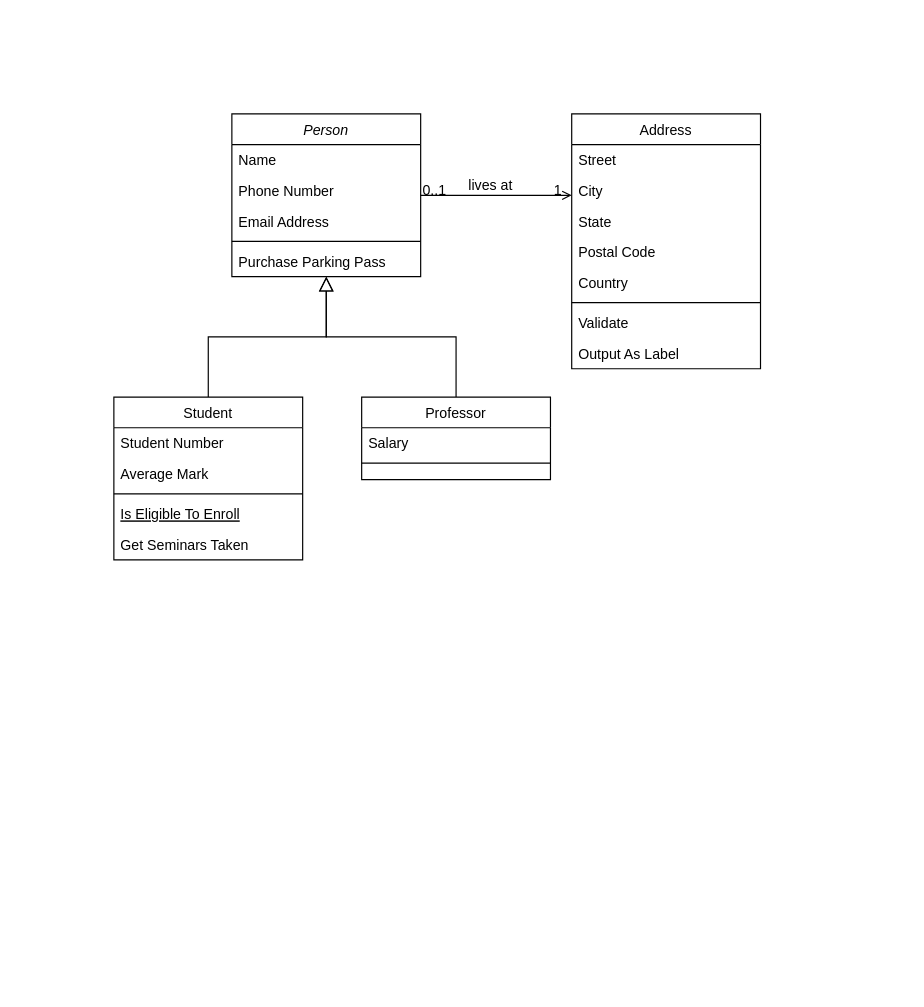
Earlier version of the draw.io diagram src/main/java/art/tattoo/wowtattoo/dao/Untitled Diagram.drawio (kiber-kot/wow-tattoo). Source tidied: cells renumbered, new cells numbered last; positions are measured from the earlier drawing's top-left corner, leaving out a move shared by most shapes. Both pictures are drawn from the tidied source at 118%, with x=0, y=0 at pixel (113, 113).
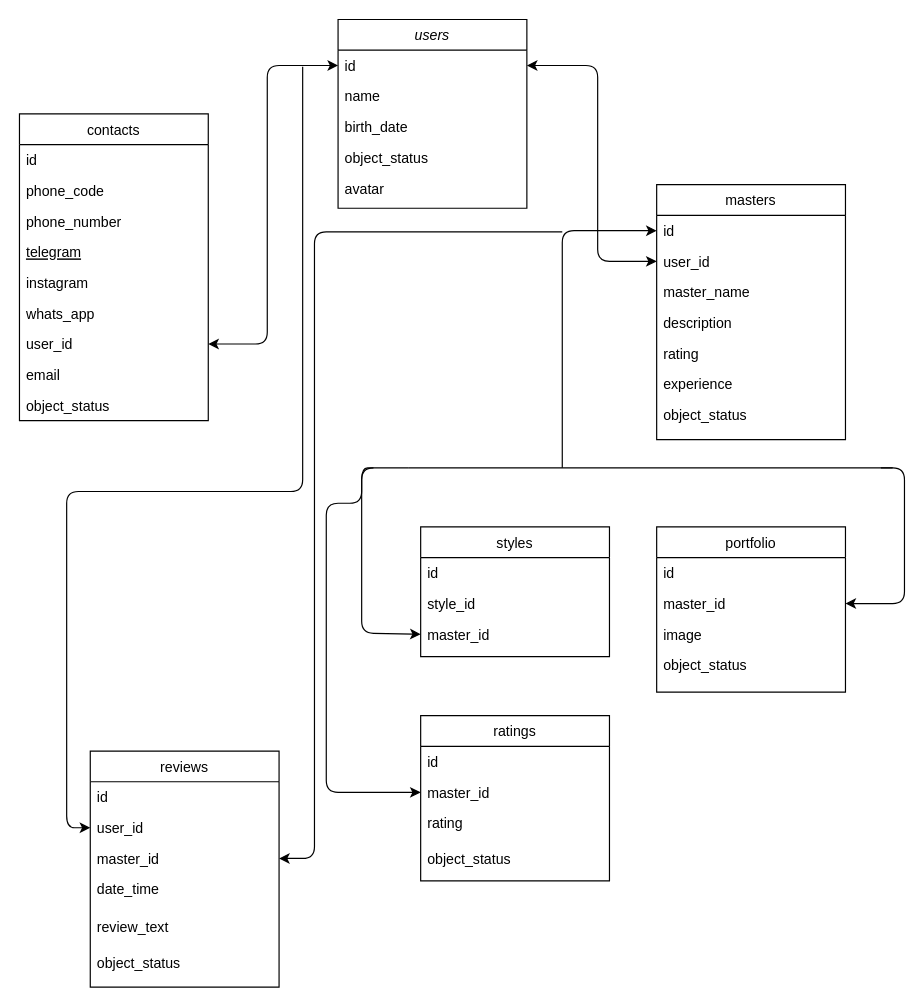
After the change.

Diff of the diagram source:
```diff
@@
-    <mxCell id="2" value="Person" style="swimlane;fontStyle=2;align=center;verticalAlign=top;horizontal=1;startSize=26;rounded=0;shadow=0;strokeWidth=1;" parent="1" vertex="1">
-      <mxGeometry x="100" width="160" height="138" as="geometry" />
+    <mxCell id="2" value="users" style="swimlane;fontStyle=2;align=center;verticalAlign=top;horizontal=1;startSize=26;rounded=0;shadow=0;strokeWidth=1;" parent="1" vertex="1">
+      <mxGeometry x="190" y="-80" width="160" height="160" as="geometry" />
     </mxCell>
-    <mxCell id="3" value="Name" style="text;align=left;verticalAlign=top;spacingLeft=4;spacingRight=4;overflow=hidden;points=[[0,0.5],[1,0.5]];portConstraint=eastwest;" parent="2" vertex="1">
+    <mxCell id="3" value="id" style="text;align=left;verticalAlign=top;spacingLeft=4;spacingRight=4;overflow=hidden;points=[[0,0.5],[1,0.5]];portConstraint=eastwest;" parent="2" vertex="1">
       <mxGeometry y="26" width="160" height="26" as="geometry" />
     </mxCell>
-    <mxCell id="4" value="Phone Number" style="text;align=left;verticalAlign=top;spacingLeft=4;spacingRight=4;overflow=hidden;rounded=0;shadow=0;html=0;" parent="2" vertex="1">
+    <mxCell id="4" value="name" style="text;align=left;verticalAlign=top;spacingLeft=4;spacingRight=4;overflow=hidden;rounded=0;shadow=0;html=0;" parent="2" vertex="1">
       <mxGeometry y="52" width="160" height="26" as="geometry" />
     </mxCell>
-    <mxCell id="5" value="Email Address" style="text;align=left;verticalAlign=top;spacingLeft=4;spacingRight=4;overflow=hidden;rounded=0;shadow=0;html=0;" parent="2" vertex="1">
+    <mxCell id="5" value="birth_date" style="text;align=left;verticalAlign=top;spacingLeft=4;spacingRight=4;overflow=hidden;rounded=0;shadow=0;html=0;" parent="2" vertex="1">
       <mxGeometry y="78" width="160" height="26" as="geometry" />
     </mxCell>
-    <mxCell id="6" style="line;html=1;strokeWidth=1;align=left;verticalAlign=middle;spacingTop=-1;spacingLeft=3;spacingRight=3;labelPosition=right;" parent="2" vertex="1">
-      <mxGeometry y="104" width="160" height="8" as="geometry" />
-    </mxCell>
-    <mxCell id="7" value="Purchase Parking Pass" style="text;align=left;verticalAlign=top;spacingLeft=4;spacingRight=4;overflow=hidden;" parent="2" vertex="1">
-      <mxGeometry y="112" width="160" height="26" as="geometry" />
+    <mxCell id="7" value="object_status" style="text;align=left;verticalAlign=top;spacingLeft=4;spacingRight=4;overflow=hidden;" parent="2" vertex="1">
+      <mxGeometry y="104" width="160" height="26" as="geometry" />
     </mxCell>
+    <mxCell id="32" value="avatar" style="text;align=left;verticalAlign=top;spacingLeft=4;spacingRight=4;overflow=hidden;" parent="2" vertex="1">
+      <mxGeometry y="130" width="160" height="26" as="geometry" />
+    </mxCell>
-    <mxCell id="8" value="Student" style="swimlane;fontStyle=0;align=center;verticalAlign=top;horizontal=1;startSize=26;rounded=0;shadow=0;strokeWidth=1;" parent="1" vertex="1">
-      <mxGeometry y="240" width="160" height="138" as="geometry" />
+    <mxCell id="8" value="contacts" style="swimlane;fontStyle=0;align=center;verticalAlign=top;horizontal=1;startSize=26;rounded=0;shadow=0;strokeWidth=1;" parent="1" vertex="1">
+      <mxGeometry x="-80" width="160" height="260" as="geometry" />
     </mxCell>
-    <mxCell id="9" value="Student Number" style="text;align=left;verticalAlign=top;spacingLeft=4;spacingRight=4;overflow=hidden;" parent="8" vertex="1">
+    <mxCell id="9" value="id" style="text;align=left;verticalAlign=top;spacingLeft=4;spacingRight=4;overflow=hidden;" parent="8" vertex="1">
       <mxGeometry y="26" width="160" height="26" as="geometry" />
     </mxCell>
-    <mxCell id="10" value="Average Mark" style="text;align=left;verticalAlign=top;spacingLeft=4;spacingRight=4;overflow=hidden;rounded=0;shadow=0;html=0;" parent="8" vertex="1">
+    <mxCell id="10" value="phone_code" style="text;align=left;verticalAlign=top;spacingLeft=4;spacingRight=4;overflow=hidden;rounded=0;shadow=0;html=0;" parent="8" vertex="1">
       <mxGeometry y="52" width="160" height="26" as="geometry" />
     </mxCell>
-    <mxCell id="11" style="line;html=1;strokeWidth=1;align=left;verticalAlign=middle;spacingTop=-1;spacingLeft=3;spacingRight=3;labelPosition=right;" parent="8" vertex="1">
-      <mxGeometry y="78" width="160" height="8" as="geometry" />
-    </mxCell>
+    <mxCell id="33" value="phone_number" style="text;align=left;verticalAlign=top;spacingLeft=4;spacingRight=4;overflow=hidden;rounded=0;shadow=0;html=0;" parent="8" vertex="1">
+      <mxGeometry y="78" width="160" height="26" as="geometry" />
+    </mxCell>
-    <mxCell id="12" value="Is Eligible To Enroll" style="text;align=left;verticalAlign=top;spacingLeft=4;spacingRight=4;overflow=hidden;fontStyle=4;" parent="8" vertex="1">
-      <mxGeometry y="86" width="160" height="26" as="geometry" />
+    <mxCell id="12" value="telegram" style="text;align=left;verticalAlign=top;spacingLeft=4;spacingRight=4;overflow=hidden;fontStyle=4;" parent="8" vertex="1">
+      <mxGeometry y="104" width="160" height="26" as="geometry" />
     </mxCell>
-    <mxCell id="13" value="Get Seminars Taken" style="text;align=left;verticalAlign=top;spacingLeft=4;spacingRight=4;overflow=hidden;" parent="8" vertex="1">
-      <mxGeometry y="112" width="160" height="26" as="geometry" />
+    <mxCell id="13" value="instagram" style="text;align=left;verticalAlign=top;spacingLeft=4;spacingRight=4;overflow=hidden;" parent="8" vertex="1">
+      <mxGeometry y="130" width="160" height="26" as="geometry" />
     </mxCell>
-    <mxCell id="14" style="endArrow=block;endSize=10;endFill=0;shadow=0;strokeWidth=1;rounded=0;edgeStyle=elbowEdgeStyle;elbow=vertical;" parent="1" edge="1" source="8" target="2">
-      <mxGeometry relative="1" as="geometry" />
-    </mxCell>
+    <mxCell id="34" value="whats_app" style="text;align=left;verticalAlign=top;spacingLeft=4;spacingRight=4;overflow=hidden;" parent="8" vertex="1">
+      <mxGeometry y="156" width="160" height="26" as="geometry" />
+    </mxCell>
+    <mxCell id="35" value="user_id" style="text;align=left;verticalAlign=top;spacingLeft=4;spacingRight=4;overflow=hidden;points=[[0,0.5],[1,0.5]];portConstraint=eastwest;" parent="8" vertex="1">
+      <mxGeometry y="182" width="160" height="26" as="geometry" />
+    </mxCell>
+    <mxCell id="36" value="email" style="text;align=left;verticalAlign=top;spacingLeft=4;spacingRight=4;overflow=hidden;" parent="8" vertex="1">
+      <mxGeometry y="208" width="160" height="26" as="geometry" />
+    </mxCell>
+    <mxCell id="37" value="object_status" style="text;align=left;verticalAlign=top;spacingLeft=4;spacingRight=4;overflow=hidden;" parent="8" vertex="1">
+      <mxGeometry y="234" width="160" height="26" as="geometry" />
+    </mxCell>
-    <mxCell id="15" value="Professor" style="swimlane;fontStyle=0;align=center;verticalAlign=top;horizontal=1;startSize=26;rounded=0;shadow=0;strokeWidth=1;" parent="1" vertex="1">
-      <mxGeometry x="210" y="240" width="160" height="70" as="geometry" />
+    <mxCell id="15" value="styles" style="swimlane;fontStyle=0;align=center;verticalAlign=top;horizontal=1;startSize=26;rounded=0;shadow=0;strokeWidth=1;" parent="1" vertex="1">
+      <mxGeometry x="260" y="350" width="160" height="110" as="geometry" />
     </mxCell>
-    <mxCell id="16" value="Salary" style="text;align=left;verticalAlign=top;spacingLeft=4;spacingRight=4;overflow=hidden;" parent="15" vertex="1">
+    <mxCell id="16" value="id&#10;" style="text;align=left;verticalAlign=top;spacingLeft=4;spacingRight=4;overflow=hidden;" parent="15" vertex="1">
       <mxGeometry y="26" width="160" height="26" as="geometry" />
     </mxCell>
-    <mxCell id="17" style="line;html=1;strokeWidth=1;align=left;verticalAlign=middle;spacingTop=-1;spacingLeft=3;spacingRight=3;labelPosition=right;" parent="15" vertex="1">
-      <mxGeometry y="52" width="160" height="8" as="geometry" />
-    </mxCell>
-    <mxCell id="18" style="endArrow=block;endSize=10;endFill=0;shadow=0;strokeWidth=1;rounded=0;edgeStyle=elbowEdgeStyle;elbow=vertical;" parent="1" edge="1" source="15" target="2">
-      <mxGeometry relative="1" as="geometry" />
-    </mxCell>
+    <mxCell id="38" value="style_id" style="text;align=left;verticalAlign=top;spacingLeft=4;spacingRight=4;overflow=hidden;" parent="15" vertex="1">
+      <mxGeometry y="52" width="160" height="26" as="geometry" />
+    </mxCell>
+    <mxCell id="39" value="master_id" style="text;align=left;verticalAlign=top;spacingLeft=4;spacingRight=4;overflow=hidden;points=[[0,0.5],[1,0.5]];portConstraint=eastwest;" parent="15" vertex="1">
+      <mxGeometry y="78" width="160" height="26" as="geometry" />
+    </mxCell>
-    <mxCell id="19" value="Address" style="swimlane;fontStyle=0;align=center;verticalAlign=top;horizontal=1;startSize=26;rounded=0;shadow=0;strokeWidth=1;" parent="1" vertex="1">
-      <mxGeometry x="388" width="160" height="216" as="geometry" />
+    <mxCell id="19" value="masters" style="swimlane;fontStyle=0;align=center;verticalAlign=top;horizontal=1;startSize=26;rounded=0;shadow=0;strokeWidth=1;" parent="1" vertex="1">
+      <mxGeometry x="460" y="60" width="160" height="216" as="geometry" />
     </mxCell>
-    <mxCell id="20" value="Street" style="text;align=left;verticalAlign=top;spacingLeft=4;spacingRight=4;overflow=hidden;points=[[0,0.5],[1,0.5]];portConstraint=eastwest;" parent="19" vertex="1">
+    <mxCell id="20" value="id" style="text;align=left;verticalAlign=top;spacingLeft=4;spacingRight=4;overflow=hidden;points=[[0,0.5],[1,0.5]];portConstraint=eastwest;" parent="19" vertex="1">
       <mxGeometry y="26" width="160" height="26" as="geometry" />
     </mxCell>
-    <mxCell id="21" value="City" style="text;align=left;verticalAlign=top;spacingLeft=4;spacingRight=4;overflow=hidden;points=[[0,0.5],[1,0.5]];portConstraint=eastwest;rounded=0;shadow=0;html=0;" parent="19" vertex="1">
+    <mxCell id="21" value="user_id" style="text;align=left;verticalAlign=top;spacingLeft=4;spacingRight=4;overflow=hidden;points=[[0,0.5],[1,0.5]];portConstraint=eastwest;rounded=0;shadow=0;html=0;" parent="19" vertex="1">
       <mxGeometry y="52" width="160" height="26" as="geometry" />
     </mxCell>
-    <mxCell id="22" value="State" style="text;align=left;verticalAlign=top;spacingLeft=4;spacingRight=4;overflow=hidden;rounded=0;shadow=0;html=0;" parent="19" vertex="1">
+    <mxCell id="22" value="master_name" style="text;align=left;verticalAlign=top;spacingLeft=4;spacingRight=4;overflow=hidden;rounded=0;shadow=0;html=0;" parent="19" vertex="1">
       <mxGeometry y="78" width="160" height="26" as="geometry" />
     </mxCell>
-    <mxCell id="23" value="Postal Code" style="text;align=left;verticalAlign=top;spacingLeft=4;spacingRight=4;overflow=hidden;rounded=0;shadow=0;html=0;" parent="19" vertex="1">
+    <mxCell id="23" value="description" style="text;align=left;verticalAlign=top;spacingLeft=4;spacingRight=4;overflow=hidden;rounded=0;shadow=0;html=0;" parent="19" vertex="1">
       <mxGeometry y="104" width="160" height="26" as="geometry" />
     </mxCell>
-    <mxCell id="24" value="Country" style="text;align=left;verticalAlign=top;spacingLeft=4;spacingRight=4;overflow=hidden;rounded=0;shadow=0;html=0;" parent="19" vertex="1">
+    <mxCell id="24" value="rating" style="text;align=left;verticalAlign=top;spacingLeft=4;spacingRight=4;overflow=hidden;rounded=0;shadow=0;html=0;" parent="19" vertex="1">
       <mxGeometry y="130" width="160" height="26" as="geometry" />
     </mxCell>
-    <mxCell id="25" style="line;html=1;strokeWidth=1;align=left;verticalAlign=middle;spacingTop=-1;spacingLeft=3;spacingRight=3;labelPosition=right;" parent="19" vertex="1">
-      <mxGeometry y="156" width="160" height="8" as="geometry" />
-    </mxCell>
-    <mxCell id="26" value="Validate" style="text;align=left;verticalAlign=top;spacingLeft=4;spacingRight=4;overflow=hidden;" parent="19" vertex="1">
-      <mxGeometry y="164" width="160" height="26" as="geometry" />
+    <mxCell id="26" value="experience" style="text;align=left;verticalAlign=top;spacingLeft=4;spacingRight=4;overflow=hidden;" parent="19" vertex="1">
+      <mxGeometry y="156" width="160" height="26" as="geometry" />
     </mxCell>
-    <mxCell id="27" value="Output As Label" style="text;align=left;verticalAlign=top;spacingLeft=4;spacingRight=4;overflow=hidden;" parent="19" vertex="1">
-      <mxGeometry y="190" width="160" height="26" as="geometry" />
+    <mxCell id="27" value="object_status" style="text;align=left;verticalAlign=top;spacingLeft=4;spacingRight=4;overflow=hidden;" parent="19" vertex="1">
+      <mxGeometry y="182" width="160" height="26" as="geometry" />
     </mxCell>
-    <mxCell id="28" style="endArrow=open;shadow=0;strokeWidth=1;rounded=0;endFill=1;edgeStyle=elbowEdgeStyle;elbow=vertical;" parent="1" edge="1" source="2" target="19">
-      <mxGeometry x="0.5" y="41" relative="1" as="geometry">
-        <mxPoint x="-40" y="32" as="offset" />
-      </mxGeometry>
-    </mxCell>
-    <mxCell id="29" value="0..1" style="align=left;verticalAlign=bottom;labelBackgroundColor=none;fontSize=12;" parent="28" vertex="1">
-      <mxGeometry x="-1" relative="1" as="geometry">
-        <mxPoint y="4" as="offset" />
-      </mxGeometry>
-    </mxCell>
-    <mxCell id="30" value="1" style="align=right;verticalAlign=bottom;labelBackgroundColor=none;fontSize=12;" parent="28" vertex="1">
-      <mxGeometry x="1" relative="1" as="geometry">
-        <mxPoint x="-7" y="4" as="offset" />
-      </mxGeometry>
-    </mxCell>
-    <mxCell id="31" value="lives at" style="text;html=1;align=center;verticalAlign=middle;labelBackgroundColor=none;rounded=0;shadow=0;strokeWidth=1;fontSize=12;" parent="28" vertex="1">
-      <mxGeometry x="0.5" y="49" relative="1" as="geometry">
-        <mxPoint x="-38" y="40" as="offset" />
-      </mxGeometry>
-    </mxCell>
+    <mxCell id="40" value="portfolio" style="swimlane;fontStyle=0;align=center;verticalAlign=top;horizontal=1;startSize=26;rounded=0;shadow=0;strokeWidth=1;" parent="1" vertex="1">
+      <mxGeometry x="460" y="350" width="160" height="140" as="geometry" />
+    </mxCell>
+    <mxCell id="41" value="id&#10;" style="text;align=left;verticalAlign=top;spacingLeft=4;spacingRight=4;overflow=hidden;" parent="40" vertex="1">
+      <mxGeometry y="26" width="160" height="26" as="geometry" />
+    </mxCell>
+    <mxCell id="42" value="master_id" style="text;align=left;verticalAlign=top;spacingLeft=4;spacingRight=4;overflow=hidden;points=[[0,0.5],[1,0.5]];portConstraint=eastwest;" parent="40" vertex="1">
+      <mxGeometry y="52" width="160" height="26" as="geometry" />
+    </mxCell>
+    <mxCell id="43" value="image" style="text;align=left;verticalAlign=top;spacingLeft=4;spacingRight=4;overflow=hidden;" parent="40" vertex="1">
+      <mxGeometry y="78" width="160" height="26" as="geometry" />
+    </mxCell>
+    <mxCell id="44" value="object_status" style="text;align=left;verticalAlign=top;spacingLeft=4;spacingRight=4;overflow=hidden;" parent="40" vertex="1">
+      <mxGeometry y="104" width="160" height="26" as="geometry" />
+    </mxCell>
+    <mxCell id="45" value="ratings" style="swimlane;fontStyle=0;align=center;verticalAlign=top;horizontal=1;startSize=26;rounded=0;shadow=0;strokeWidth=1;" parent="1" vertex="1">
+      <mxGeometry x="260" y="510" width="160" height="140" as="geometry" />
+    </mxCell>
+    <mxCell id="46" value="id&#10;" style="text;align=left;verticalAlign=top;spacingLeft=4;spacingRight=4;overflow=hidden;" parent="45" vertex="1">
+      <mxGeometry y="26" width="160" height="26" as="geometry" />
+    </mxCell>
+    <mxCell id="47" value="master_id" style="text;align=left;verticalAlign=top;spacingLeft=4;spacingRight=4;overflow=hidden;points=[[0,0.5],[1,0.5]];portConstraint=eastwest;" parent="45" vertex="1">
+      <mxGeometry y="52" width="160" height="26" as="geometry" />
+    </mxCell>
+    <mxCell id="48" value="rating" style="text;align=left;verticalAlign=top;spacingLeft=4;spacingRight=4;overflow=hidden;" parent="45" vertex="1">
+      <mxGeometry y="78" width="160" height="30" as="geometry" />
+    </mxCell>
+    <mxCell id="49" value="object_status" style="text;align=left;verticalAlign=top;spacingLeft=4;spacingRight=4;overflow=hidden;" parent="45" vertex="1">
+      <mxGeometry y="108" width="160" height="30" as="geometry" />
+    </mxCell>
+    <mxCell id="50" value="reviews" style="swimlane;fontStyle=0;align=center;verticalAlign=top;horizontal=1;startSize=26;rounded=0;shadow=0;strokeWidth=1;" parent="1" vertex="1">
+      <mxGeometry x="-20" y="540" width="160" height="200" as="geometry" />
+    </mxCell>
+    <mxCell id="51" value="id&#10;" style="text;align=left;verticalAlign=top;spacingLeft=4;spacingRight=4;overflow=hidden;" parent="50" vertex="1">
+      <mxGeometry y="26" width="160" height="26" as="geometry" />
+    </mxCell>
+    <mxCell id="52" value="user_id" style="text;align=left;verticalAlign=top;spacingLeft=4;spacingRight=4;overflow=hidden;points=[[0,0.5],[1,0.5]];portConstraint=eastwest;" parent="50" vertex="1">
+      <mxGeometry y="52" width="160" height="26" as="geometry" />
+    </mxCell>
+    <mxCell id="53" value="master_id" style="text;align=left;verticalAlign=top;spacingLeft=4;spacingRight=4;overflow=hidden;points=[[0,0.5],[1,0.5]];portConstraint=eastwest;" parent="50" vertex="1">
+      <mxGeometry y="78" width="160" height="26" as="geometry" />
+    </mxCell>
+    <mxCell id="54" value="date_time" style="text;align=left;verticalAlign=top;spacingLeft=4;spacingRight=4;overflow=hidden;" parent="50" vertex="1">
+      <mxGeometry y="104" width="160" height="32" as="geometry" />
+    </mxCell>
+    <mxCell id="55" value="review_text" style="text;align=left;verticalAlign=top;spacingLeft=4;spacingRight=4;overflow=hidden;" parent="50" vertex="1">
+      <mxGeometry y="136" width="160" height="30" as="geometry" />
+    </mxCell>
+    <mxCell id="56" value="object_status" style="text;align=left;verticalAlign=top;spacingLeft=4;spacingRight=4;overflow=hidden;" parent="50" vertex="1">
+      <mxGeometry y="166" width="160" height="30" as="geometry" />
+    </mxCell>
+    <mxCell id="57" style="endArrow=classic;startArrow=classic;html=1;entryX=0;entryY=0.5;entryDx=0;entryDy=0;exitX=1;exitY=0.5;exitDx=0;exitDy=0;" parent="1" edge="1" source="35" target="3">
+      <mxGeometry relative="1" as="geometry">
+        <Array as="points">
+          <mxPoint x="130" y="195" />
+          <mxPoint x="130" y="120" />
+          <mxPoint x="130" y="-41" />
+        </Array>
+      </mxGeometry>
+    </mxCell>
+    <mxCell id="58" style="endArrow=classic;startArrow=classic;html=1;entryX=1;entryY=0.5;entryDx=0;entryDy=0;exitX=0;exitY=0.5;exitDx=0;exitDy=0;" parent="1" edge="1" source="21" target="3">
+      <mxGeometry relative="1" as="geometry">
+        <Array as="points">
+          <mxPoint x="410" y="125" />
+          <mxPoint x="410" y="50" />
+          <mxPoint x="410" y="-41" />
+        </Array>
+      </mxGeometry>
+    </mxCell>
+    <mxCell id="59" style="endArrow=none;html=1;edgeStyle=orthogonalEdgeStyle;" parent="1" edge="1">
+      <mxGeometry relative="1" as="geometry">
+        <mxPoint x="250" y="300" as="sourcePoint" />
+        <mxPoint x="660" y="300" as="targetPoint" />
+      </mxGeometry>
+    </mxCell>
+    <mxCell id="60" style="edgeStyle=segmentEdgeStyle;endArrow=classic;html=1;entryX=0;entryY=0.5;entryDx=0;entryDy=0;" parent="1" edge="1" target="39">
+      <mxGeometry relative="1" as="geometry">
+        <mxPoint x="250" y="300" as="sourcePoint" />
+        <Array as="points">
+          <mxPoint x="210" y="300" />
+          <mxPoint x="210" y="440" />
+          <mxPoint x="260" y="440" />
+        </Array>
+      </mxGeometry>
+    </mxCell>
+    <mxCell id="61" style="edgeStyle=segmentEdgeStyle;endArrow=classic;html=1;entryX=1;entryY=0.5;entryDx=0;entryDy=0;" parent="1" edge="1" target="42">
+      <mxGeometry relative="1" as="geometry">
+        <mxPoint x="650" y="300" as="sourcePoint" />
+        <Array as="points">
+          <mxPoint x="670" y="300" />
+          <mxPoint x="670" y="415" />
+        </Array>
+      </mxGeometry>
+    </mxCell>
+    <mxCell id="62" style="edgeStyle=segmentEdgeStyle;endArrow=classic;html=1;entryX=0;entryY=0.5;entryDx=0;entryDy=0;" parent="1" edge="1" target="20">
+      <mxGeometry relative="1" as="geometry">
+        <mxPoint x="380" y="300" as="sourcePoint" />
+        <Array as="points">
+          <mxPoint x="380" y="99" />
+        </Array>
+      </mxGeometry>
+    </mxCell>
+    <mxCell id="63" style="edgeStyle=segmentEdgeStyle;endArrow=classic;html=1;entryX=0;entryY=0.5;entryDx=0;entryDy=0;" parent="1" edge="1" target="47">
+      <mxGeometry relative="1" as="geometry">
+        <mxPoint x="220" y="300" as="sourcePoint" />
+        <Array as="points">
+          <mxPoint x="210" y="300" />
+          <mxPoint x="210" y="330" />
+          <mxPoint x="180" y="330" />
+          <mxPoint x="180" y="575" />
+        </Array>
+      </mxGeometry>
+    </mxCell>
+    <mxCell id="64" style="edgeStyle=segmentEdgeStyle;endArrow=classic;html=1;entryX=0;entryY=0.5;entryDx=0;entryDy=0;" parent="1" edge="1" target="52">
+      <mxGeometry relative="1" as="geometry">
+        <mxPoint x="160" y="-40" as="sourcePoint" />
+        <Array as="points">
+          <mxPoint x="160" y="320" />
+          <mxPoint x="-40" y="320" />
+          <mxPoint x="-40" y="605" />
+        </Array>
+      </mxGeometry>
+    </mxCell>
+    <mxCell id="65" style="edgeStyle=segmentEdgeStyle;endArrow=classic;html=1;entryX=1;entryY=0.5;entryDx=0;entryDy=0;" parent="1" edge="1" target="53">
+      <mxGeometry relative="1" as="geometry">
+        <mxPoint x="380" y="100" as="sourcePoint" />
+        <Array as="points">
+          <mxPoint x="170" y="100" />
+          <mxPoint x="170" y="631" />
+        </Array>
+      </mxGeometry>
+    </mxCell>
```
